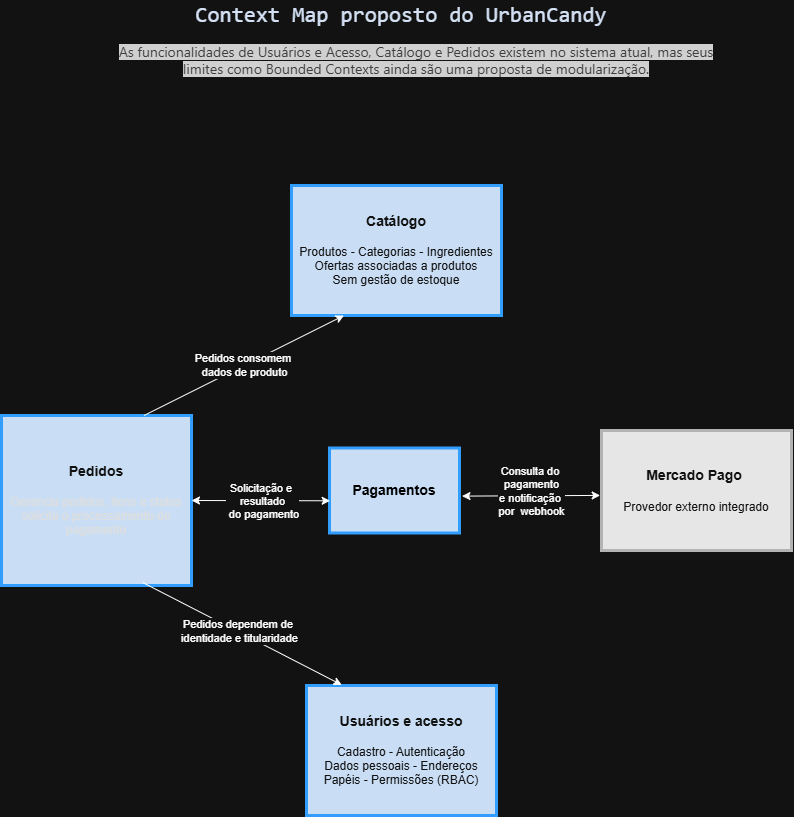
This is docs/arquitetura/02-estilos-arquiteturais-e-ddd/ContextMap.drawio.png from isabellyccamargo/UrbanCandy, a draw.io export, as it was before one commit. Source tidied: cells renumbered, new cells last; positions are measured from the earlier drawing's top-left corner, leaving out a move shared by most shapes.
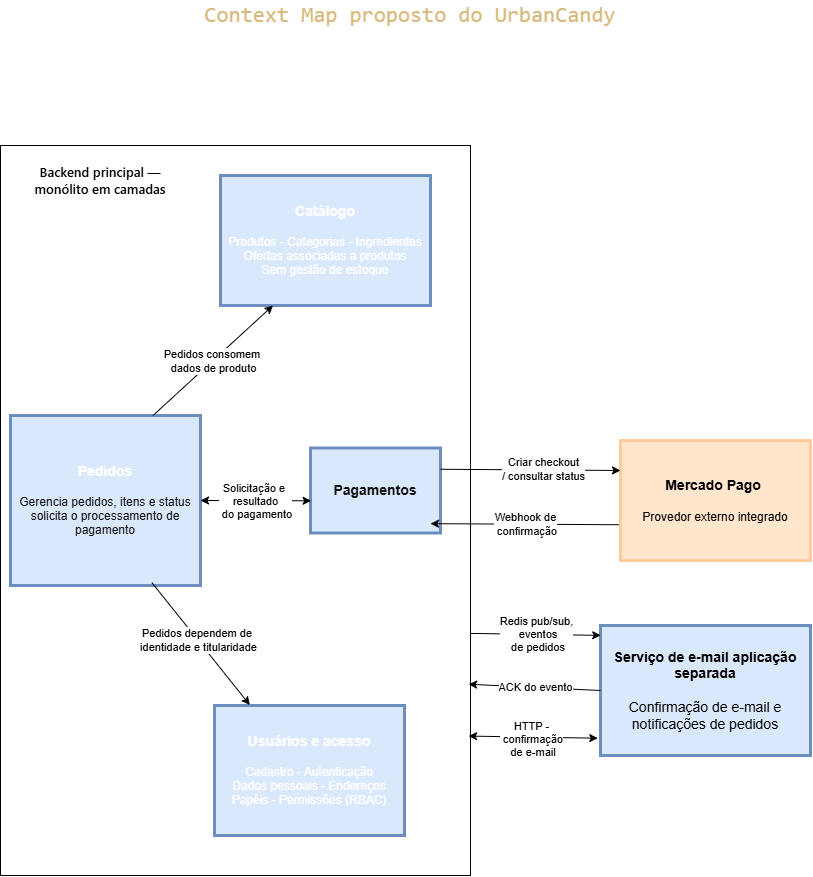
Above is the later version.

What changed in the source:
```diff
@@ -4,2 +4,5 @@
     <mxCell id="1" parent="0" />
+    <mxCell id="17" style="rounded=0;whiteSpace=wrap;html=1;" parent="1" vertex="1">
+      <mxGeometry x="-10" y="145" width="470" height="730" as="geometry" />
+    </mxCell>
     <mxCell id="2" value="&lt;span style=&quot;font-family: Consolas, &amp;quot;Courier New&amp;quot;, monospace; text-align: start; white-space: pre-wrap; background-color: rgba(255, 255, 255, 0.1); color: light-dark(rgb(215, 186, 125), rgb(212, 225, 245));&quot;&gt;&lt;font style=&quot;font-size: 22px;&quot;&gt;Context Map proposto do UrbanCandy&lt;/font&gt;&lt;/span&gt;" style="text;html=1;whiteSpace=wrap;strokeColor=none;fillColor=none;align=center;verticalAlign=middle;rounded=0;" parent="1" vertex="1">
@@ -7,9 +10,9 @@
     </mxCell>
-    <mxCell id="3" value="&lt;font style=&quot;&quot;&gt;&lt;span style=&quot;color: rgb(255, 255, 255);&quot;&gt;&lt;span style=&quot;font-weight: bold; font-size: 14px;&quot;&gt;Usuários e acesso&lt;/span&gt;&lt;br&gt;&lt;br&gt;&lt;font style=&quot;&quot;&gt;Cadastro - Autenticação&lt;br&gt;Dados pessoais - Endereços&lt;br&gt;Papéis - Permissões (RBAC)&lt;/font&gt;&lt;/span&gt;&lt;/font&gt;" style="rounded=0;whiteSpace=wrap;html=1;strokeWidth=3;strokeColor=#007FFF;fillColor=#001933;" parent="1" vertex="1">
-      <mxGeometry x="305" y="685" width="190" height="130" as="geometry" />
+    <mxCell id="3" value="&lt;font style=&quot;&quot;&gt;&lt;span style=&quot;color: rgb(255, 255, 255);&quot;&gt;&lt;span style=&quot;font-weight: bold; font-size: 14px;&quot;&gt;Usuários e acesso&lt;/span&gt;&lt;br&gt;&lt;br&gt;&lt;font style=&quot;&quot;&gt;Cadastro - Autenticação&lt;br&gt;Dados pessoais - Endereços&lt;br&gt;Papéis - Permissões (RBAC)&lt;/font&gt;&lt;/span&gt;&lt;/font&gt;" style="rounded=0;whiteSpace=wrap;html=1;strokeWidth=3;strokeColor=#6c8ebf;fillColor=#dae8fc;" parent="1" vertex="1">
+      <mxGeometry x="204" y="705" width="190" height="130" as="geometry" />
     </mxCell>
-    <mxCell id="4" value="&lt;font style=&quot;color: rgb(255, 255, 255);&quot;&gt;&lt;span style=&quot;font-weight: bold; font-size: 14px;&quot;&gt;Catálogo&lt;/span&gt;&lt;br&gt;&lt;br&gt;&lt;font style=&quot;&quot;&gt;Produtos - Categorias - Ingredientes&lt;br&gt;Ofertas associadas a produtos&lt;br&gt;Sem gestão de estoque&lt;/font&gt;&lt;/font&gt;" style="rounded=0;whiteSpace=wrap;html=1;strokeWidth=3;strokeColor=#007FFF;fillColor=#001933;" parent="1" vertex="1">
-      <mxGeometry x="290" y="185" width="210" height="130" as="geometry" />
+    <mxCell id="4" value="&lt;font style=&quot;color: rgb(255, 255, 255);&quot;&gt;&lt;span style=&quot;font-weight: bold; font-size: 14px;&quot;&gt;Catálogo&lt;/span&gt;&lt;br&gt;&lt;br&gt;&lt;font style=&quot;&quot;&gt;Produtos - Categorias - Ingredientes&lt;br&gt;Ofertas associadas a produtos&lt;br&gt;Sem gestão de estoque&lt;/font&gt;&lt;/font&gt;" style="rounded=0;whiteSpace=wrap;html=1;strokeWidth=3;strokeColor=#6c8ebf;fillColor=#dae8fc;" parent="1" vertex="1">
+      <mxGeometry x="210" y="175" width="210" height="130" as="geometry" />
     </mxCell>
-    <mxCell id="5" value="&lt;font&gt;&lt;span style=&quot;color: rgb(255, 255, 255);&quot;&gt;&lt;b style=&quot;font-size: 14px;&quot;&gt;Pedidos&lt;/b&gt;&lt;br&gt;&lt;br&gt;&lt;/span&gt;&lt;div&gt;&lt;font color=&quot;#121212&quot;&gt;Gerencia pedidos, itens e status&lt;/font&gt;&lt;/div&gt;&lt;div&gt;&lt;font color=&quot;#121212&quot;&gt;solicita o processamento de pagamento&lt;/font&gt;&lt;/div&gt;&lt;/font&gt;&lt;span style=&quot;color: rgb(0, 0, 0); font-family: &amp;quot;Segoe UI&amp;quot;, Arial, sans-serif; font-size: 14px; text-align: start; white-space: nowrap;&quot;&gt; &lt;/span&gt;&lt;span style=&quot;color: rgb(0, 0, 0); font-family: &amp;quot;Segoe UI&amp;quot;, Arial, sans-serif; font-size: 14px; text-align: start; white-space: nowrap;&quot;&gt; &lt;/span&gt;&lt;span style=&quot;color: rgb(0, 0, 0); font-family: &amp;quot;Segoe UI&amp;quot;, Arial, sans-serif; font-size: 14px; text-align: start; white-space: nowrap;&quot;&gt; &lt;/span&gt;&lt;span style=&quot;color: rgb(0, 0, 0); font-family: &amp;quot;Segoe UI&amp;quot;, Arial, sans-serif; font-size: 14px; text-align: start; white-space: nowrap;&quot;&gt; &lt;/span&gt;&lt;b&gt;&lt;font style=&quot;font-size: 14px; color: rgb(255, 255, 255);&quot;&gt;&lt;/font&gt;&lt;/b&gt;&lt;span style=&quot;color: rgb(0, 0, 0); font-family: &amp;quot;Segoe UI&amp;quot;, Arial, sans-serif; font-size: 14px; text-align: start; white-space: nowrap;&quot;&gt; &lt;/span&gt;&lt;span style=&quot;color: rgb(0, 0, 0); font-family: &amp;quot;Segoe UI&amp;quot;, Arial, sans-serif; font-size: 14px; text-align: start; white-space: nowrap;&quot;&gt; &lt;/span&gt;&lt;span style=&quot;color: rgb(0, 0, 0); font-family: &amp;quot;Segoe UI&amp;quot;, Arial, sans-serif; font-size: 14px; text-align: start; white-space: nowrap;&quot;&gt; &lt;/span&gt;&lt;span style=&quot;color: rgb(0, 0, 0); font-family: &amp;quot;Segoe UI&amp;quot;, Arial, sans-serif; font-size: 14px; text-align: start; white-space: nowrap;&quot;&gt; &lt;/span&gt;&lt;b&gt;&lt;font style=&quot;font-size: 14px; color: rgb(255, 255, 255);&quot;&gt;&lt;/font&gt;&lt;/b&gt;&lt;span style=&quot;color: rgb(0, 0, 0); font-family: &amp;quot;Segoe UI&amp;quot;, Arial, sans-serif; font-size: 14px; text-align: start; white-space: nowrap;&quot;&gt; &lt;/span&gt;&lt;span style=&quot;color: rgb(0, 0, 0); font-family: &amp;quot;Segoe UI&amp;quot;, Arial, sans-serif; font-size: 14px; text-align: start; white-space: nowrap;&quot;&gt; &lt;/span&gt;&lt;span style=&quot;color: rgb(0, 0, 0); font-family: &amp;quot;Segoe UI&amp;quot;, Arial, sans-serif; font-size: 14px; text-align: start; white-space: nowrap;&quot;&gt; &lt;/span&gt;&lt;span style=&quot;color: rgb(0, 0, 0); font-family: &amp;quot;Segoe UI&amp;quot;, Arial, sans-serif; font-size: 14px; text-align: start; white-space: nowrap;&quot;&gt; &lt;/span&gt;&lt;b&gt;&lt;font style=&quot;font-size: 14px; color: rgb(255, 255, 255);&quot;&gt;&lt;/font&gt;&lt;/b&gt;" style="rounded=0;whiteSpace=wrap;html=1;strokeWidth=3;strokeColor=#007FFF;fillColor=#001933;" parent="1" vertex="1">
+    <mxCell id="5" value="&lt;font&gt;&lt;span style=&quot;color: rgb(255, 255, 255);&quot;&gt;&lt;b style=&quot;font-size: 14px;&quot;&gt;Pedidos&lt;/b&gt;&lt;br&gt;&lt;br&gt;&lt;/span&gt;&lt;div&gt;&lt;font color=&quot;#121212&quot;&gt;Gerencia pedidos, itens e status&lt;/font&gt;&lt;/div&gt;&lt;div&gt;&lt;font color=&quot;#121212&quot;&gt;solicita o processamento de pagamento&lt;/font&gt;&lt;/div&gt;&lt;/font&gt;&lt;span style=&quot;color: rgb(0, 0, 0); font-family: &amp;quot;Segoe UI&amp;quot;, Arial, sans-serif; font-size: 14px; text-align: start; white-space: nowrap;&quot;&gt; &lt;/span&gt;&lt;span style=&quot;color: rgb(0, 0, 0); font-family: &amp;quot;Segoe UI&amp;quot;, Arial, sans-serif; font-size: 14px; text-align: start; white-space: nowrap;&quot;&gt; &lt;/span&gt;&lt;span style=&quot;color: rgb(0, 0, 0); font-family: &amp;quot;Segoe UI&amp;quot;, Arial, sans-serif; font-size: 14px; text-align: start; white-space: nowrap;&quot;&gt; &lt;/span&gt;&lt;span style=&quot;color: rgb(0, 0, 0); font-family: &amp;quot;Segoe UI&amp;quot;, Arial, sans-serif; font-size: 14px; text-align: start; white-space: nowrap;&quot;&gt; &lt;/span&gt;&lt;b&gt;&lt;font style=&quot;font-size: 14px; color: rgb(255, 255, 255);&quot;&gt;&lt;/font&gt;&lt;/b&gt;&lt;span style=&quot;color: rgb(0, 0, 0); font-family: &amp;quot;Segoe UI&amp;quot;, Arial, sans-serif; font-size: 14px; text-align: start; white-space: nowrap;&quot;&gt; &lt;/span&gt;&lt;span style=&quot;color: rgb(0, 0, 0); font-family: &amp;quot;Segoe UI&amp;quot;, Arial, sans-serif; font-size: 14px; text-align: start; white-space: nowrap;&quot;&gt; &lt;/span&gt;&lt;span style=&quot;color: rgb(0, 0, 0); font-family: &amp;quot;Segoe UI&amp;quot;, Arial, sans-serif; font-size: 14px; text-align: start; white-space: nowrap;&quot;&gt; &lt;/span&gt;&lt;span style=&quot;color: rgb(0, 0, 0); font-family: &amp;quot;Segoe UI&amp;quot;, Arial, sans-serif; font-size: 14px; text-align: start; white-space: nowrap;&quot;&gt; &lt;/span&gt;&lt;b&gt;&lt;font style=&quot;font-size: 14px; color: rgb(255, 255, 255);&quot;&gt;&lt;/font&gt;&lt;/b&gt;&lt;span style=&quot;color: rgb(0, 0, 0); font-family: &amp;quot;Segoe UI&amp;quot;, Arial, sans-serif; font-size: 14px; text-align: start; white-space: nowrap;&quot;&gt; &lt;/span&gt;&lt;span style=&quot;color: rgb(0, 0, 0); font-family: &amp;quot;Segoe UI&amp;quot;, Arial, sans-serif; font-size: 14px; text-align: start; white-space: nowrap;&quot;&gt; &lt;/span&gt;&lt;span style=&quot;color: rgb(0, 0, 0); font-family: &amp;quot;Segoe UI&amp;quot;, Arial, sans-serif; font-size: 14px; text-align: start; white-space: nowrap;&quot;&gt; &lt;/span&gt;&lt;span style=&quot;color: rgb(0, 0, 0); font-family: &amp;quot;Segoe UI&amp;quot;, Arial, sans-serif; font-size: 14px; text-align: start; white-space: nowrap;&quot;&gt; &lt;/span&gt;&lt;b&gt;&lt;font style=&quot;font-size: 14px; color: rgb(255, 255, 255);&quot;&gt;&lt;/font&gt;&lt;/b&gt;" style="rounded=0;whiteSpace=wrap;html=1;strokeWidth=3;strokeColor=#6c8ebf;fillColor=#dae8fc;" parent="1" vertex="1">
       <mxGeometry y="415" width="190" height="170" as="geometry" />
@@ -30,18 +33,10 @@
     </mxCell>
-    <mxCell id="10" value="&lt;span style=&quot;color: rgb(255, 255, 255);&quot;&gt;&lt;span style=&quot;font-size: 14px;&quot;&gt;&lt;b&gt;Mercado Pago&amp;nbsp;&lt;/b&gt;&lt;/span&gt;&lt;/span&gt;&lt;div&gt;&lt;span style=&quot;color: rgb(255, 255, 255);&quot;&gt;&lt;span style=&quot;font-size: 14px;&quot;&gt;&lt;b&gt;&lt;br&gt;&lt;/b&gt;&lt;/span&gt;Provedor externo integrado&lt;/span&gt;&lt;/div&gt;" style="rounded=0;whiteSpace=wrap;html=1;strokeColor=light-dark(#994C00,#B3B3B3);fillColor=light-dark(#331A00,#E6E6E6);strokeWidth=3;" parent="1" vertex="1">
-      <mxGeometry x="600" y="430" width="190" height="120" as="geometry" />
+    <mxCell id="10" value="&lt;span style=&quot;font-size: 14px;&quot;&gt;&lt;b&gt;Mercado Pago&amp;nbsp;&lt;/b&gt;&lt;/span&gt;&lt;div&gt;&lt;span style=&quot;font-size: 14px;&quot;&gt;&lt;b&gt;&lt;br&gt;&lt;/b&gt;&lt;/span&gt;Provedor externo integrado&lt;/div&gt;" style="rounded=0;whiteSpace=wrap;html=1;strokeColor=#FFCC99;fillColor=#ffe6cc;strokeWidth=3;fontColor=#000000;" parent="1" vertex="1">
+      <mxGeometry x="610" y="440" width="190" height="120" as="geometry" />
     </mxCell>
-    <mxCell id="11" value="&lt;span style=&quot;color: rgb(204, 204, 204); font-family: &amp;quot;Segoe WPC&amp;quot;, &amp;quot;Segoe UI&amp;quot;, sans-serif; text-align: start; background-color: rgb(34, 34, 34);&quot;&gt;&lt;font style=&quot;font-size: 14px;&quot;&gt;As funcionalidades de Usuários e Acesso, Catálogo e Pedidos existem no sistema atual, mas seus limites como Bounded Contexts ainda são uma proposta de modularização.&lt;/font&gt;&lt;/span&gt;" style="text;html=1;whiteSpace=wrap;strokeColor=none;fillColor=none;align=center;verticalAlign=middle;rounded=0;" parent="1" vertex="1">
+    <mxCell id="11" value="&lt;span style=&quot;font-family: &amp;quot;Segoe WPC&amp;quot;, &amp;quot;Segoe UI&amp;quot;, sans-serif; text-align: start; background-color: rgb(255, 255, 255);&quot;&gt;&lt;font style=&quot;font-size: 15px;&quot;&gt;Usuários e Acesso, Catálogo, Pedidos e Pagamentos são áreas do backend compartilhado; seus limites como Bounded Contexts são conceituais, não módulos isolados.&lt;/font&gt;&lt;/span&gt;" style="text;html=1;whiteSpace=wrap;strokeColor=light-dark(#FFFFFF,#000000);fillColor=none;align=center;verticalAlign=middle;rounded=0;fontColor=#FFFFFF;" parent="1" vertex="1">
       <mxGeometry x="100" y="45" width="630" height="30" as="geometry" />
     </mxCell>
-    <mxCell id="12" style="endArrow=classic;startArrow=classic;html=1;rounded=0;entryX=-0.007;entryY=0.541;entryDx=0;entryDy=0;entryPerimeter=0;exitX=1.019;exitY=0.566;exitDx=0;exitDy=0;exitPerimeter=0;" parent="1" edge="1" source="14" target="10">
-      <mxGeometry relative="1" as="geometry" />
-    </mxCell>
-    <mxCell id="13" value="Consulta do&amp;nbsp;&lt;div&gt;pagamento&lt;div&gt;e notificação&amp;nbsp;&lt;/div&gt;&lt;div&gt;por&amp;nbsp; webhook&lt;/div&gt;&lt;/div&gt;" style="edgeLabel;html=1;align=center;verticalAlign=middle;" parent="12" vertex="1">
-      <mxGeometry x="0.1" relative="1" as="geometry">
-        <mxPoint x="-7" y="-5" as="offset" />
-      </mxGeometry>
-    </mxCell>
-    <mxCell id="14" value="&lt;font style=&quot;font-size: 14px;&quot;&gt;&lt;b style=&quot;color: light-dark(rgb(18, 18, 18), rgb(0, 0, 0));&quot;&gt;Pagamentos&lt;/b&gt;&lt;/font&gt;&lt;span style=&quot;color: rgb(0, 0, 0); font-family: &amp;quot;Segoe UI&amp;quot;, Arial, sans-serif; font-size: 14px; text-align: start; white-space: nowrap;&quot;&gt;&lt;/span&gt;&lt;span style=&quot;color: rgb(0, 0, 0); font-family: &amp;quot;Segoe UI&amp;quot;, Arial, sans-serif; font-size: 14px; text-align: start; white-space: nowrap;&quot;&gt;&lt;/span&gt;&lt;span style=&quot;color: rgb(0, 0, 0); font-family: &amp;quot;Segoe UI&amp;quot;, Arial, sans-serif; font-size: 14px; text-align: start; white-space: nowrap;&quot;&gt;&lt;/span&gt;&lt;span style=&quot;color: rgb(0, 0, 0); font-family: &amp;quot;Segoe UI&amp;quot;, Arial, sans-serif; font-size: 14px; text-align: start; white-space: nowrap;&quot;&gt;&lt;/span&gt;&lt;b&gt;&lt;font style=&quot;font-size: 14px; color: rgb(255, 255, 255);&quot;&gt;&lt;/font&gt;&lt;/b&gt;&lt;span style=&quot;color: rgb(0, 0, 0); font-family: &amp;quot;Segoe UI&amp;quot;, Arial, sans-serif; font-size: 14px; text-align: start; white-space: nowrap;&quot;&gt;&lt;/span&gt;&lt;span style=&quot;color: rgb(0, 0, 0); font-family: &amp;quot;Segoe UI&amp;quot;, Arial, sans-serif; font-size: 14px; text-align: start; white-space: nowrap;&quot;&gt;&lt;/span&gt;&lt;span style=&quot;color: rgb(0, 0, 0); font-family: &amp;quot;Segoe UI&amp;quot;, Arial, sans-serif; font-size: 14px; text-align: start; white-space: nowrap;&quot;&gt;&lt;/span&gt;&lt;span style=&quot;color: rgb(0, 0, 0); font-family: &amp;quot;Segoe UI&amp;quot;, Arial, sans-serif; font-size: 14px; text-align: start; white-space: nowrap;&quot;&gt;&lt;/span&gt;&lt;b&gt;&lt;font style=&quot;font-size: 14px; color: rgb(255, 255, 255);&quot;&gt;&lt;/font&gt;&lt;/b&gt;&lt;span style=&quot;color: rgb(0, 0, 0); font-family: &amp;quot;Segoe UI&amp;quot;, Arial, sans-serif; font-size: 14px; text-align: start; white-space: nowrap;&quot;&gt;&lt;/span&gt;&lt;span style=&quot;color: rgb(0, 0, 0); font-family: &amp;quot;Segoe UI&amp;quot;, Arial, sans-serif; font-size: 14px; text-align: start; white-space: nowrap;&quot;&gt;&lt;/span&gt;&lt;span style=&quot;color: rgb(0, 0, 0); font-family: &amp;quot;Segoe UI&amp;quot;, Arial, sans-serif; font-size: 14px; text-align: start; white-space: nowrap;&quot;&gt;&lt;/span&gt;&lt;span style=&quot;color: rgb(0, 0, 0); font-family: &amp;quot;Segoe UI&amp;quot;, Arial, sans-serif; font-size: 14px; text-align: start; white-space: nowrap;&quot;&gt;&lt;/span&gt;&lt;b&gt;&lt;font style=&quot;font-size: 14px; color: rgb(255, 255, 255);&quot;&gt;&lt;/font&gt;&lt;/b&gt;" style="rounded=0;whiteSpace=wrap;html=1;strokeWidth=3;strokeColor=#007FFF;fillColor=#001933;" parent="1" vertex="1">
-      <mxGeometry x="328" y="447.5" width="130" height="85" as="geometry" />
+    <mxCell id="14" value="&lt;font style=&quot;font-size: 14px;&quot;&gt;&lt;b style=&quot;color: light-dark(rgb(18, 18, 18), rgb(0, 0, 0));&quot;&gt;Pagamentos&lt;/b&gt;&lt;/font&gt;&lt;span style=&quot;color: rgb(0, 0, 0); font-family: &amp;quot;Segoe UI&amp;quot;, Arial, sans-serif; font-size: 14px; text-align: start; white-space: nowrap;&quot;&gt;&lt;/span&gt;&lt;span style=&quot;color: rgb(0, 0, 0); font-family: &amp;quot;Segoe UI&amp;quot;, Arial, sans-serif; font-size: 14px; text-align: start; white-space: nowrap;&quot;&gt;&lt;/span&gt;&lt;span style=&quot;color: rgb(0, 0, 0); font-family: &amp;quot;Segoe UI&amp;quot;, Arial, sans-serif; font-size: 14px; text-align: start; white-space: nowrap;&quot;&gt;&lt;/span&gt;&lt;span style=&quot;color: rgb(0, 0, 0); font-family: &amp;quot;Segoe UI&amp;quot;, Arial, sans-serif; font-size: 14px; text-align: start; white-space: nowrap;&quot;&gt;&lt;/span&gt;&lt;b&gt;&lt;font style=&quot;font-size: 14px; color: rgb(255, 255, 255);&quot;&gt;&lt;/font&gt;&lt;/b&gt;&lt;span style=&quot;color: rgb(0, 0, 0); font-family: &amp;quot;Segoe UI&amp;quot;, Arial, sans-serif; font-size: 14px; text-align: start; white-space: nowrap;&quot;&gt;&lt;/span&gt;&lt;span style=&quot;color: rgb(0, 0, 0); font-family: &amp;quot;Segoe UI&amp;quot;, Arial, sans-serif; font-size: 14px; text-align: start; white-space: nowrap;&quot;&gt;&lt;/span&gt;&lt;span style=&quot;color: rgb(0, 0, 0); font-family: &amp;quot;Segoe UI&amp;quot;, Arial, sans-serif; font-size: 14px; text-align: start; white-space: nowrap;&quot;&gt;&lt;/span&gt;&lt;span style=&quot;color: rgb(0, 0, 0); font-family: &amp;quot;Segoe UI&amp;quot;, Arial, sans-serif; font-size: 14px; text-align: start; white-space: nowrap;&quot;&gt;&lt;/span&gt;&lt;b&gt;&lt;font style=&quot;font-size: 14px; color: rgb(255, 255, 255);&quot;&gt;&lt;/font&gt;&lt;/b&gt;&lt;span style=&quot;color: rgb(0, 0, 0); font-family: &amp;quot;Segoe UI&amp;quot;, Arial, sans-serif; font-size: 14px; text-align: start; white-space: nowrap;&quot;&gt;&lt;/span&gt;&lt;span style=&quot;color: rgb(0, 0, 0); font-family: &amp;quot;Segoe UI&amp;quot;, Arial, sans-serif; font-size: 14px; text-align: start; white-space: nowrap;&quot;&gt;&lt;/span&gt;&lt;span style=&quot;color: rgb(0, 0, 0); font-family: &amp;quot;Segoe UI&amp;quot;, Arial, sans-serif; font-size: 14px; text-align: start; white-space: nowrap;&quot;&gt;&lt;/span&gt;&lt;span style=&quot;color: rgb(0, 0, 0); font-family: &amp;quot;Segoe UI&amp;quot;, Arial, sans-serif; font-size: 14px; text-align: start; white-space: nowrap;&quot;&gt;&lt;/span&gt;&lt;b&gt;&lt;font style=&quot;font-size: 14px; color: rgb(255, 255, 255);&quot;&gt;&lt;/font&gt;&lt;/b&gt;" style="rounded=0;whiteSpace=wrap;html=1;strokeWidth=3;strokeColor=#6c8ebf;fillColor=#dae8fc;" parent="1" vertex="1">
+      <mxGeometry x="300" y="447.5" width="130" height="85" as="geometry" />
     </mxCell>
@@ -55,2 +50,47 @@
     </mxCell>
+    <mxCell id="18" value="&lt;span style=&quot;font-weight: 600; font-family: &amp;quot;Segoe WPC&amp;quot;, &amp;quot;Segoe UI&amp;quot;, sans-serif; font-size: 13px; text-align: start;&quot;&gt;Backend principal — monólito em camadas&lt;/span&gt;" style="text;html=1;whiteSpace=wrap;strokeColor=none;fillColor=none;align=center;verticalAlign=middle;rounded=0;fontColor=#000000;" parent="1" vertex="1">
+      <mxGeometry x="10" y="165" width="160" height="30" as="geometry" />
+    </mxCell>
+    <mxCell id="12" style="endArrow=classic;html=1;exitX=1;exitY=0.25;exitDx=0;exitDy=0;entryX=0;entryY=0.25;entryDx=0;entryDy=0;" parent="1" edge="1" source="14" target="10">
+      <mxGeometry relative="1" as="geometry" />
+    </mxCell>
+    <mxCell id="19" value="Label" style="edgeLabel;html=1;inheritText=1;align=center;verticalAlign=middle;" parent="12" vertex="1">
+      <mxGeometry relative="1" as="geometry" />
+    </mxCell>
+    <mxCell id="20" value="Criar checkout&lt;div&gt;/ consultar status&lt;/div&gt;" style="edgeLabel;html=1;align=center;verticalAlign=middle;inheritText=1;" parent="12" vertex="1">
+      <mxGeometry x="0.23" y="1" relative="1" as="geometry">
+        <mxPoint x="-9" as="offset" />
+      </mxGeometry>
+    </mxCell>
+    <mxCell id="21" style="endArrow=classic;html=1;exitX=-0.009;exitY=0.702;exitDx=0;exitDy=0;entryX=0.923;entryY=0.89;entryDx=0;entryDy=0;entryPerimeter=0;exitPerimeter=0;" parent="1" edge="1" source="10" target="14">
+      <mxGeometry relative="1" as="geometry" />
+    </mxCell>
+    <mxCell id="22" value="Webhook de&lt;div&gt;&amp;nbsp;confirmação&lt;/div&gt;" style="edgeLabel;html=1;inheritText=1;align=center;verticalAlign=middle;" parent="21" vertex="1">
+      <mxGeometry relative="1" as="geometry" />
+    </mxCell>
+    <mxCell id="23" value="&lt;span style=&quot;font-size: 14px;&quot;&gt;&lt;b&gt;Serviço de e-mail aplicação separada&lt;/b&gt;&lt;/span&gt;&lt;br&gt;&lt;div&gt;&lt;span style=&quot;font-size: 14px;&quot;&gt;&lt;b&gt;&lt;br&gt;&lt;/b&gt;&lt;/span&gt;&lt;/div&gt;&lt;div&gt;&lt;span style=&quot;font-size: 14px;&quot;&gt;Confirmação de e-mail e notificações de pedidos&lt;/span&gt;&lt;/div&gt;" style="rounded=0;whiteSpace=wrap;html=1;strokeWidth=3;strokeColor=#6c8ebf;fillColor=#dae8fc;fontColor=light-dark(#000000,#121212);" parent="1" vertex="1">
+      <mxGeometry x="590" y="625" width="210" height="130" as="geometry" />
+    </mxCell>
+    <mxCell id="24" style="endArrow=classic;html=1;exitX=1.001;exitY=0.667;exitDx=0;exitDy=0;exitPerimeter=0;entryX=0.001;entryY=0.076;entryDx=0;entryDy=0;entryPerimeter=0;" parent="1" edge="1" target="23">
+      <mxGeometry relative="1" as="geometry">
+        <mxPoint x="460.5" y="632.9" as="sourcePoint" />
+      </mxGeometry>
+    </mxCell>
+    <mxCell id="25" value="Redis pub/sub,&lt;div&gt;&amp;nbsp;eventos&lt;/div&gt;&lt;div&gt;&amp;nbsp;de pedidos&lt;/div&gt;" style="edgeLabel;html=1;inheritText=1;align=center;verticalAlign=middle;" parent="24" vertex="1">
+      <mxGeometry relative="1" as="geometry" />
+    </mxCell>
+    <mxCell id="26" style="endArrow=classic;html=1;exitX=0;exitY=0.5;exitDx=0;exitDy=0;entryX=0.996;entryY=0.738;entryDx=0;entryDy=0;entryPerimeter=0;" parent="1" edge="1" source="23" target="17">
+      <mxGeometry relative="1" as="geometry" />
+    </mxCell>
+    <mxCell id="27" value="ACK do evento" style="edgeLabel;html=1;inheritText=1;align=center;verticalAlign=middle;" parent="26" vertex="1">
+      <mxGeometry relative="1" as="geometry" />
+    </mxCell>
+    <mxCell id="28" style="endArrow=classic;startArrow=classic;html=1;exitX=-0.013;exitY=0.867;exitDx=0;exitDy=0;exitPerimeter=0;entryX=0.996;entryY=0.809;entryDx=0;entryDy=0;entryPerimeter=0;" parent="1" edge="1" source="23" target="17">
+      <mxGeometry relative="1" as="geometry" />
+    </mxCell>
+    <mxCell id="29" value="HTTP -&lt;div&gt;&amp;nbsp;confirmação&lt;div&gt;&amp;nbsp;de e-mail&lt;/div&gt;&lt;/div&gt;" style="edgeLabel;html=1;align=center;verticalAlign=middle;inheritText=1;" parent="28" vertex="1">
+      <mxGeometry x="-0.1" y="2" relative="1" as="geometry">
+        <mxPoint x="-9" as="offset" />
+      </mxGeometry>
+    </mxCell>
   </root>
```
